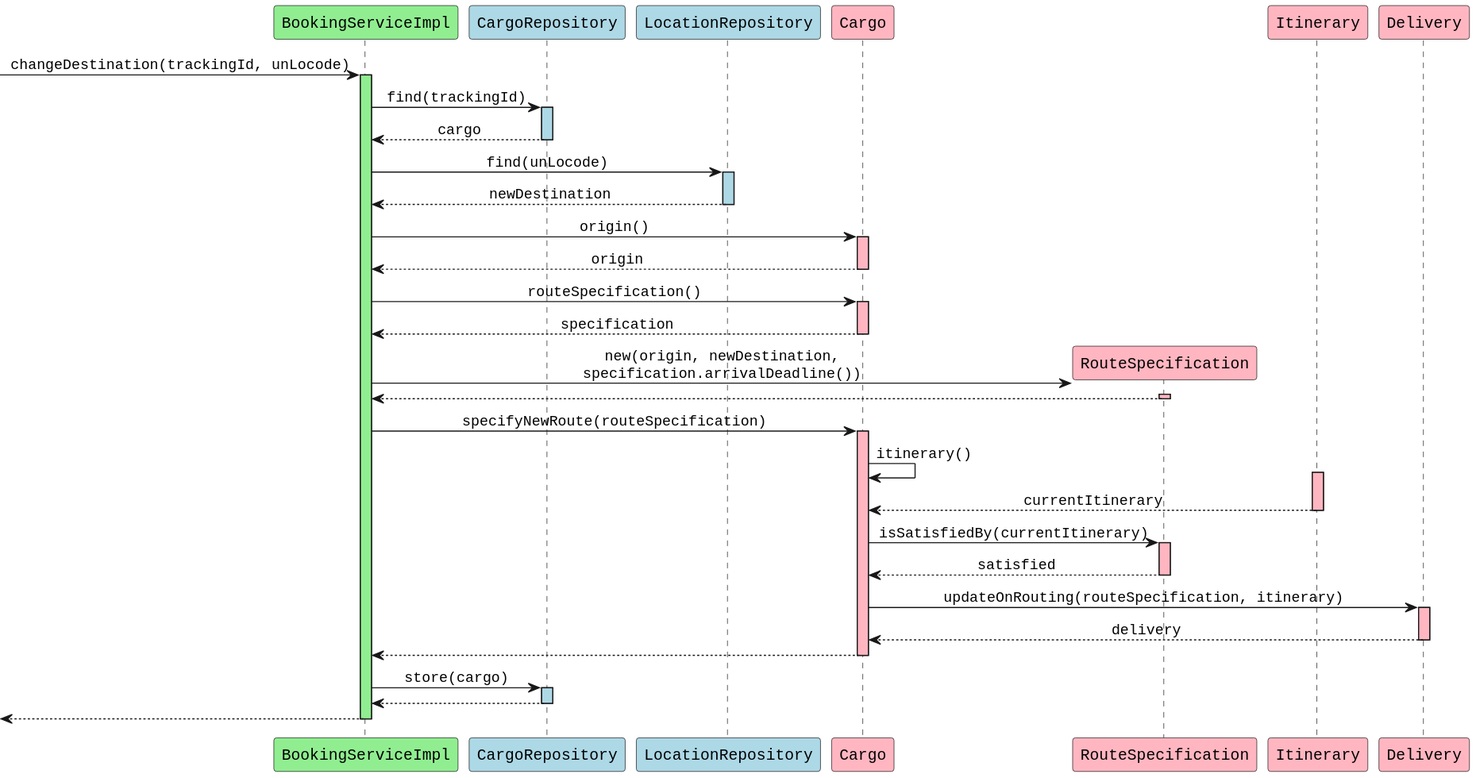
Before: diagrams/BookingServiceImpl_changeDestination.svg, a diagram exported from PlantUML (aowss/dddsample-core).
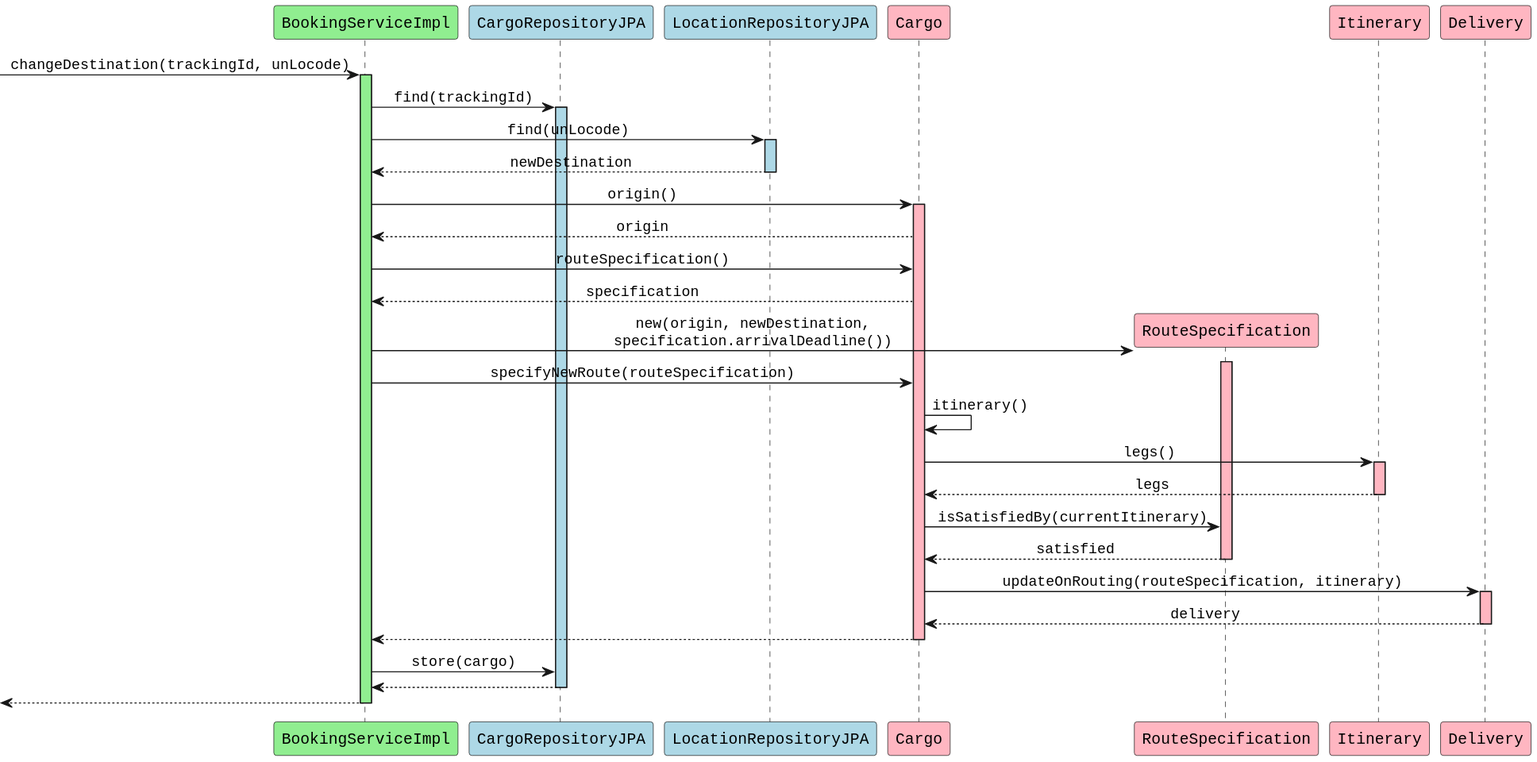
After the change.

The edit, as a diff of the source:
```diff
@@ -4,8 +4,8 @@
 skinparam sequenceMessageAlign center
 
 participant "BookingServiceImpl" as bs #lightgreen
-participant "CargoRepository" as cr #lightblue
-participant "LocationRepository" as lr #lightblue
+participant "CargoRepositoryJPA" as cr #lightblue
+participant "LocationRepositoryJPA" as lr #lightblue
 participant "Cargo" as c #lightpink
 participant "RouteSpecification" as rs #lightpink
 participant "Itinerary" as i #lightpink
@@ -16,8 +16,6 @@
 
 bs -> cr: find(trackingId)
 activate cr #lightblue
-cr --> bs: cargo
-deactivate cr
 
 bs -> lr: find(unLocode)
 activate lr #lightblue
@@ -27,29 +25,23 @@
 bs -> c: origin()
 activate c #lightpink
 c --> bs: origin
-deactivate c
 
 bs -> c: routeSpecification()
-activate c #lightpink
 c --> bs: specification
-deactivate c
 
 create rs
 bs -> rs: new(origin, newDestination,\nspecification.arrivalDeadline())
 activate rs #lightpink
-rs --> bs
-deactivate rs
 
 bs -> c: specifyNewRoute(routeSpecification)
-activate c #lightpink
 
 c -> c: itinerary()
+c -> i: legs()
 activate i #lightpink
-i --> c: currentItinerary
+i --> c: legs
 deactivate i
 
 c -> rs: isSatisfiedBy(currentItinerary)
-activate rs #lightpink
 rs --> c: satisfied
 deactivate rs
 
@@ -62,7 +54,6 @@
 deactivate c
 
 bs -> cr: store(cargo)
-activate cr #lightblue
 cr --> bs
 deactivate cr
 
```
